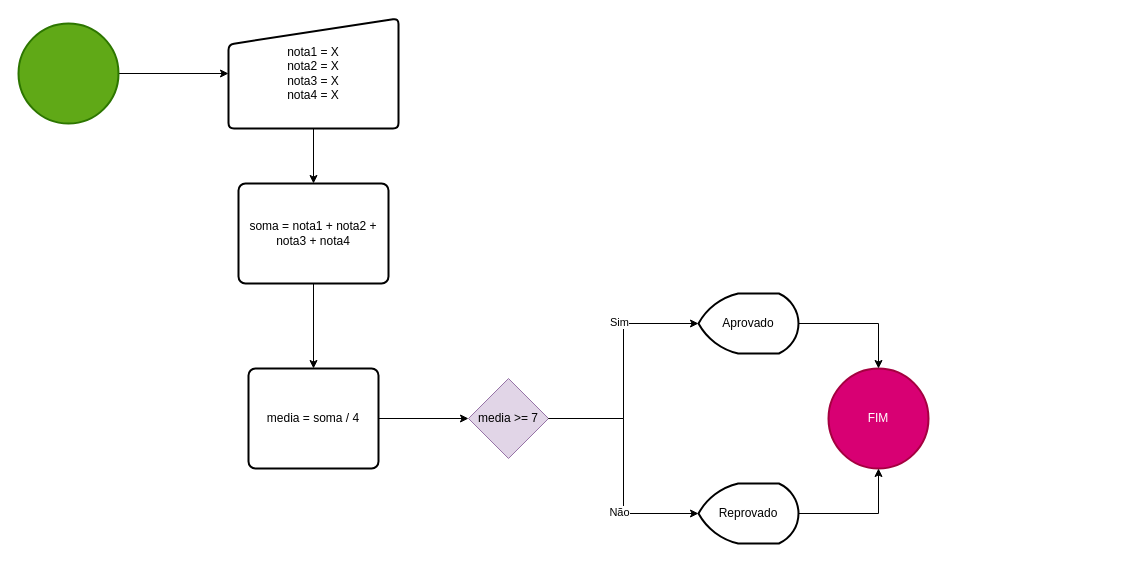
Before: aulas/aula03/calculo_notas.drawio in Diogo-MD/Aulas_Aecio_SENAC_TITO, a draw.io diagram. Source tidied: cells renumbered, new cells numbered last; positions are measured from the earlier drawing's top-left corner, leaving out a move shared by most shapes. Both pictures are drawn from the tidied source at 100%, with x=0, y=0 at pixel (18, 18).
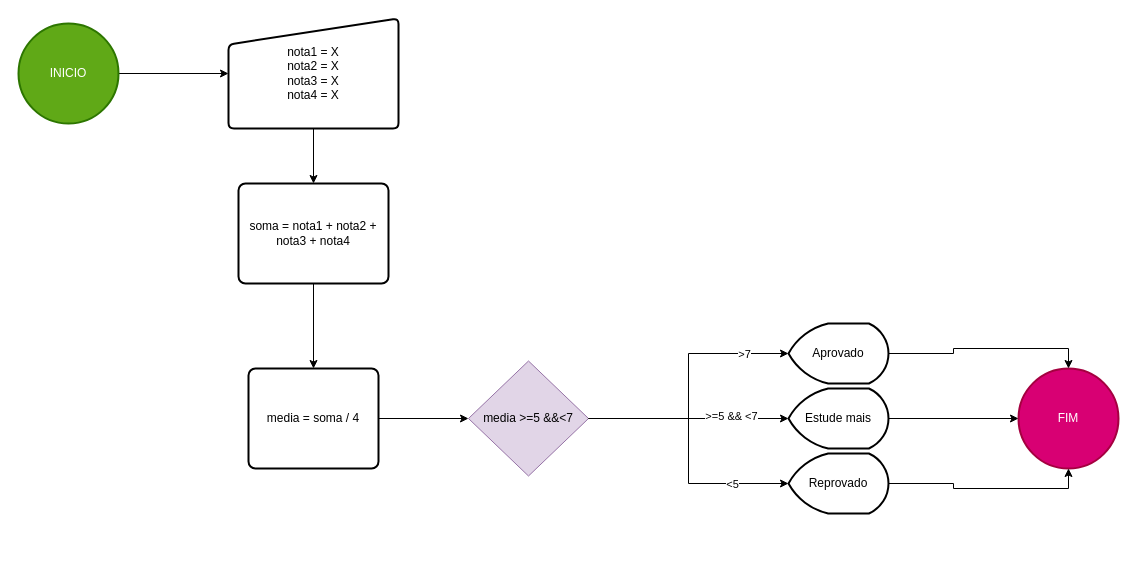
The same page after the edit.

Commit message (it also covers changes not shown here):
Atualização Aula Aécio

The change refers to these unchanged cells:
```xml
<mxCell id="14" style="edgeStyle=orthogonalEdgeStyle;rounded=0;jettySize=auto;html=1;entryX=0;entryY=0.5;entryDx=0;entryDy=0;entryPerimeter=0;" parent="1" edge="1" source="12" target="13">
  <mxGeometry relative="1" as="geometry" />
</mxCell>
<mxCell id="16" style="edgeStyle=orthogonalEdgeStyle;rounded=0;jettySize=auto;html=1;entryX=0;entryY=0.5;entryDx=0;entryDy=0;entryPerimeter=0;" parent="1" edge="1" source="12" target="10">
  <mxGeometry relative="1" as="geometry" />
</mxCell>
```

Diff of the diagram source:
```diff
@@
-    <mxCell id="3" style="strokeWidth=2;html=1;shape=mxgraph.flowchart.start_2;whiteSpace=wrap;fillColor=#60a917;fontColor=#ffffff;strokeColor=#2D7600;" parent="1" vertex="1">
+    <mxCell id="3" value="INICIO" style="strokeWidth=2;html=1;shape=mxgraph.flowchart.start_2;whiteSpace=wrap;fillColor=#60a917;fontColor=#ffffff;strokeColor=#2D7600;" parent="1" vertex="1">
       <mxGeometry y="5" width="100" height="100" as="geometry" />
     </mxCell>
@@
     <mxCell id="10" value="Reprovado" style="strokeWidth=2;html=1;shape=mxgraph.flowchart.display;whiteSpace=wrap;" parent="1" vertex="1">
-      <mxGeometry x="680" y="465" width="100" height="60" as="geometry" />
+      <mxGeometry x="770" y="435" width="100" height="60" as="geometry" />
     </mxCell>
     <mxCell id="11" value="FIM" style="strokeWidth=2;html=1;shape=mxgraph.flowchart.start_2;whiteSpace=wrap;fillColor=#d80073;strokeColor=#A50040;fontColor=#ffffff;" parent="1" vertex="1">
-      <mxGeometry x="810" y="350" width="100" height="100" as="geometry" />
+      <mxGeometry x="1000" y="350" width="100" height="100" as="geometry" />
     </mxCell>
+    <mxCell id="20" style="edgeStyle=orthogonalEdgeStyle;rounded=0;jettySize=auto;html=1;" parent="1" edge="1" source="12" target="22">
+      <mxGeometry relative="1" as="geometry" />
+    </mxCell>
+    <mxCell id="21" value="&amp;gt;7" style="edgeLabel;html=1;align=center;verticalAlign=middle;" parent="20" vertex="1">
+      <mxGeometry x="0.66" y="-2" relative="1" as="geometry">
+        <mxPoint y="-2" as="offset" />
+      </mxGeometry>
+    </mxCell>
-    <mxCell id="12" value="media &amp;gt;= 7" style="rhombus;whiteSpace=wrap;html=1;fillColor=#e1d5e7;strokeColor=#9673a6;" parent="1" vertex="1">
-      <mxGeometry x="450" y="360" width="80" height="80" as="geometry" />
+    <mxCell id="12" value="media &amp;gt;=5 &amp;amp;&amp;amp;&amp;lt;7" style="rhombus;whiteSpace=wrap;html=1;fillColor=#e1d5e7;strokeColor=#9673a6;" parent="1" vertex="1">
+      <mxGeometry x="450" y="342.5" width="120" height="115" as="geometry" />
     </mxCell>
-    <mxCell id="13" value="Aprovado" style="strokeWidth=2;html=1;shape=mxgraph.flowchart.display;whiteSpace=wrap;" parent="1" vertex="1">
-      <mxGeometry x="680" y="275" width="100" height="60" as="geometry" />
+    <mxCell id="13" value="Estude mais" style="strokeWidth=2;html=1;shape=mxgraph.flowchart.display;whiteSpace=wrap;" parent="1" vertex="1">
+      <mxGeometry x="770" y="370" width="100" height="60" as="geometry" />
     </mxCell>
+    <mxCell id="22" value="Aprovado" style="strokeWidth=2;html=1;shape=mxgraph.flowchart.display;whiteSpace=wrap;" parent="1" vertex="1">
+      <mxGeometry x="770" y="305" width="100" height="60" as="geometry" />
+    </mxCell>
@@
-    <mxCell id="15" value="Sim" style="edgeLabel;html=1;align=center;verticalAlign=middle;" parent="14" vertex="1">
-      <mxGeometry x="0.07" y="1" relative="1" as="geometry">
-        <mxPoint x="-4" y="-41" as="offset" />
-      </mxGeometry>
-    </mxCell>
+    <mxCell id="23" value="&amp;gt;=5 &amp;amp;&amp;amp; &amp;lt;7" style="edgeLabel;html=1;align=center;verticalAlign=middle;" parent="14" vertex="1">
+      <mxGeometry x="0.42" y="3" relative="1" as="geometry" />
+    </mxCell>
@@
-    <mxCell id="17" value="Não" style="edgeLabel;html=1;align=center;verticalAlign=middle;" parent="16" vertex="1">
-      <mxGeometry x="-0.06" relative="1" as="geometry">
-        <mxPoint x="-5" y="53" as="offset" />
-      </mxGeometry>
-    </mxCell>
+    <mxCell id="24" value="&amp;lt;5" style="edgeLabel;html=1;align=center;verticalAlign=middle;" parent="16" vertex="1">
+      <mxGeometry x="0.57" relative="1" as="geometry" />
+    </mxCell>
@@
+    <mxCell id="25" style="edgeStyle=orthogonalEdgeStyle;rounded=0;jettySize=auto;html=1;entryX=0.5;entryY=0;entryDx=0;entryDy=0;entryPerimeter=0;" parent="1" edge="1" source="22" target="11">
+      <mxGeometry relative="1" as="geometry" />
+    </mxCell>
-    <mxCell id="19" style="edgeStyle=orthogonalEdgeStyle;rounded=0;jettySize=auto;html=1;entryX=0.5;entryY=0;entryDx=0;entryDy=0;entryPerimeter=0;" parent="1" edge="1" source="13" target="11">
+    <mxCell id="19" style="edgeStyle=orthogonalEdgeStyle;rounded=0;jettySize=auto;html=1;entryX=0;entryY=0.5;entryDx=0;entryDy=0;entryPerimeter=0;" parent="1" edge="1" source="13" target="11">
       <mxGeometry relative="1" as="geometry" />
     </mxCell>
```
